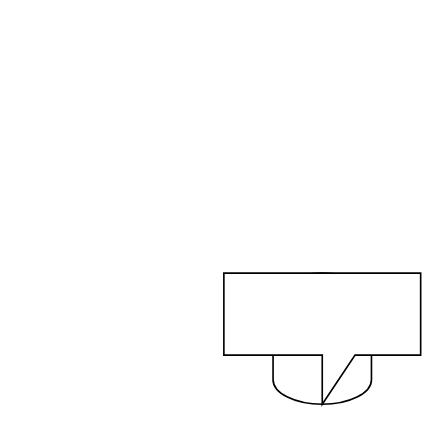
The draw.io diagram text.drawio in louismscjin/drowio202506, before the edit. Source tidied: cells renumbered, new cells numbered last; positions are measured from the earlier drawing's top-left corner, leaving out a move shared by most shapes. Both pictures are drawn from the tidied source at 164%, with x=0, y=0 at pixel (223, 272).
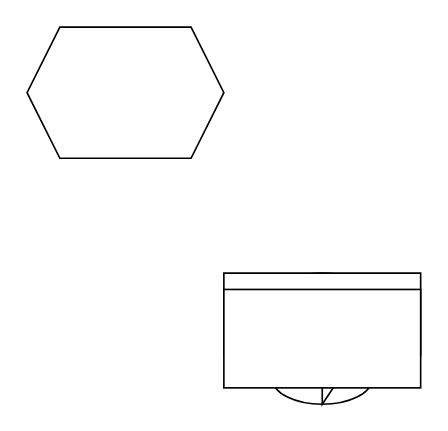
The same diagram, later.

What changed in the source:
```diff
@@
 <mxGraphModel>
   <root>
     <mxCell id="0" />
     <mxCell id="1" parent="0" />
     <mxCell id="2" style="shape=cylinder3;whiteSpace=wrap;html=1;boundedLbl=1;backgroundOutline=1;size=15;" parent="1" vertex="1">
       <mxGeometry x="30" width="60" height="80" as="geometry" />
     </mxCell>
     <mxCell id="3" style="shape=callout;whiteSpace=wrap;html=1;perimeter=calloutPerimeter;" parent="1" vertex="1">
       <mxGeometry width="120" height="80" as="geometry" />
     </mxCell>
+    <mxCell id="4" style="rounded=0;whiteSpace=wrap;html=1;" parent="1" vertex="1">
+      <mxGeometry y="10" width="120" height="60" as="geometry" />
+    </mxCell>
+    <mxCell id="5" style="shape=hexagon;perimeter=hexagonPerimeter2;whiteSpace=wrap;html=1;fixedSize=1;" parent="1" vertex="1">
+      <mxGeometry x="-120" y="-150" width="120" height="80" as="geometry" />
+    </mxCell>
   </root>
 </mxGraphModel>
```
